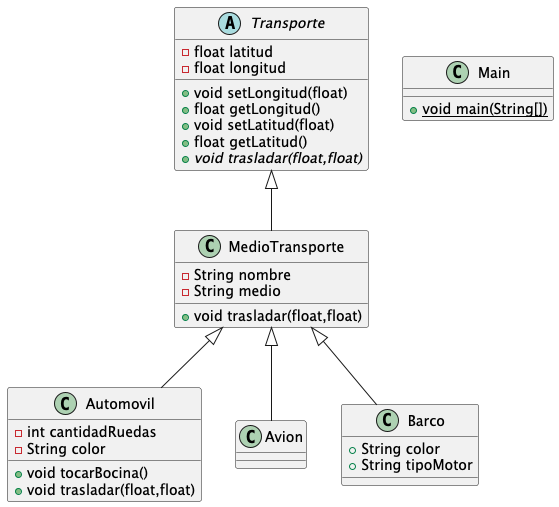
Above: class_diagram.png in sergiomedinaio/25.1-poo_testing_java (PlantUML), before the change. Source of this version:
```plantuml
@startuml
abstract class Transporte {
- float latitud
- float longitud
+ void setLongitud(float)
+ float getLongitud()
+ void setLatitud(float)
+ float getLatitud()
+ {abstract}void trasladar(float,float)
}


class Automovil {
- int cantidadRuedas
- String color
+ void tocarBocina()
+ void trasladar(float,float)
}


class Avion {
}
class MedioTransporte {
- String nombre
- String medio
+ void trasladar(float,float)
}


class Main {
+ {static} void main(String[])
}

class Barco {
+ String color
+ String tipoMotor
}



MedioTransporte <|-- Automovil
MedioTransporte <|-- Avion
Transporte <|-- MedioTransporte
MedioTransporte <|-- Barco
@enduml
```
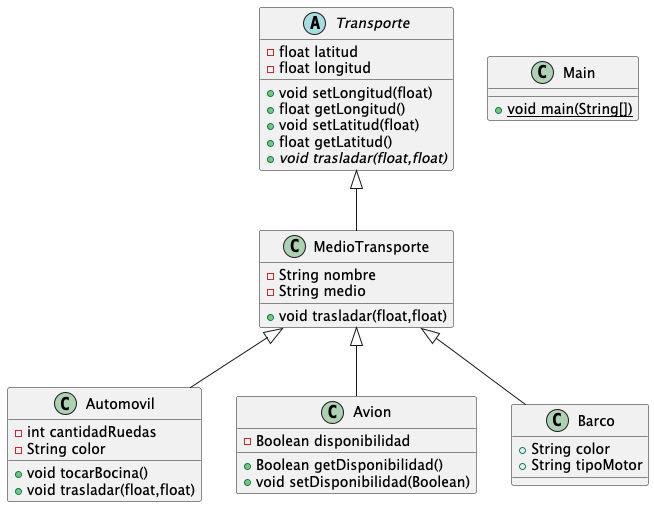
Later version of the same file.

Commit message:
docs: add support types

Change to the diagram source:
```diff
@@ -19,7 +19,12 @@
 
 
 class Avion {
+- Boolean disponibilidad
++ Boolean getDisponibilidad()
++ void setDisponibilidad(Boolean)
 }
+
+
 class MedioTransporte {
 - String nombre
 - String medio
```
